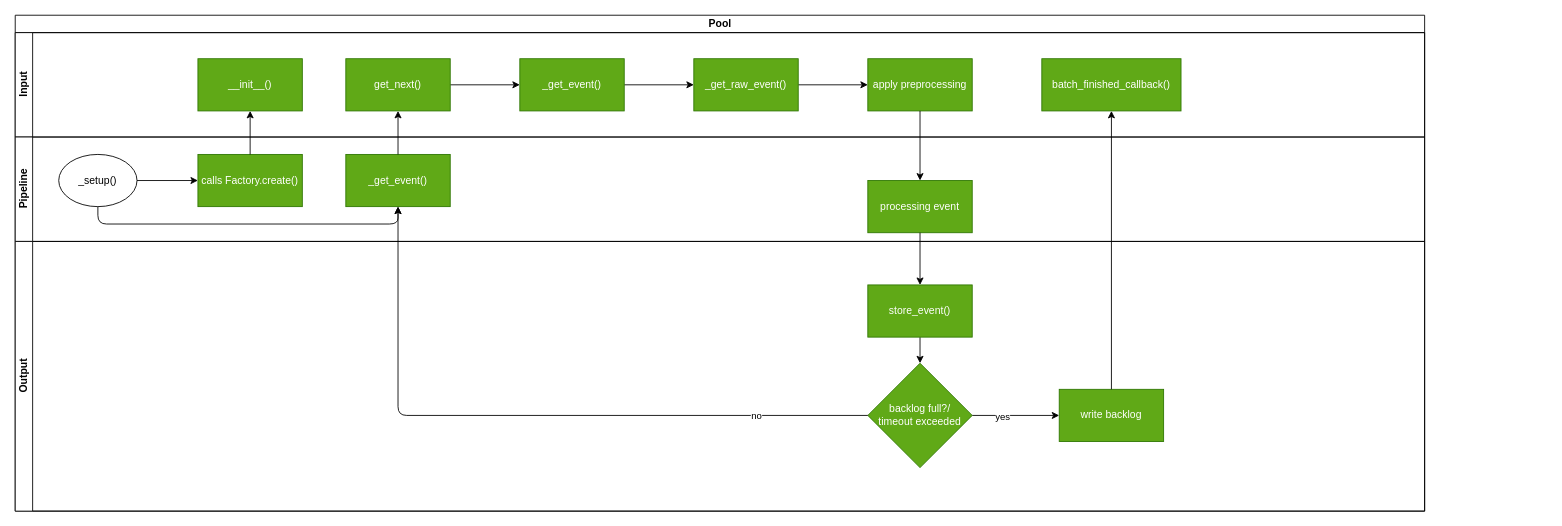
This is doc/source/development/architecture/diagramms/input.drawio from fkie-cad/Logprep, a draw.io file, before an edit. Source tidied: cells renumbered, new cells numbered last; positions are measured from the earlier drawing's top-left corner, leaving out a move shared by most shapes. Both pictures are drawn from the tidied source at 87%, with x=0, y=0 at pixel (15, 15).
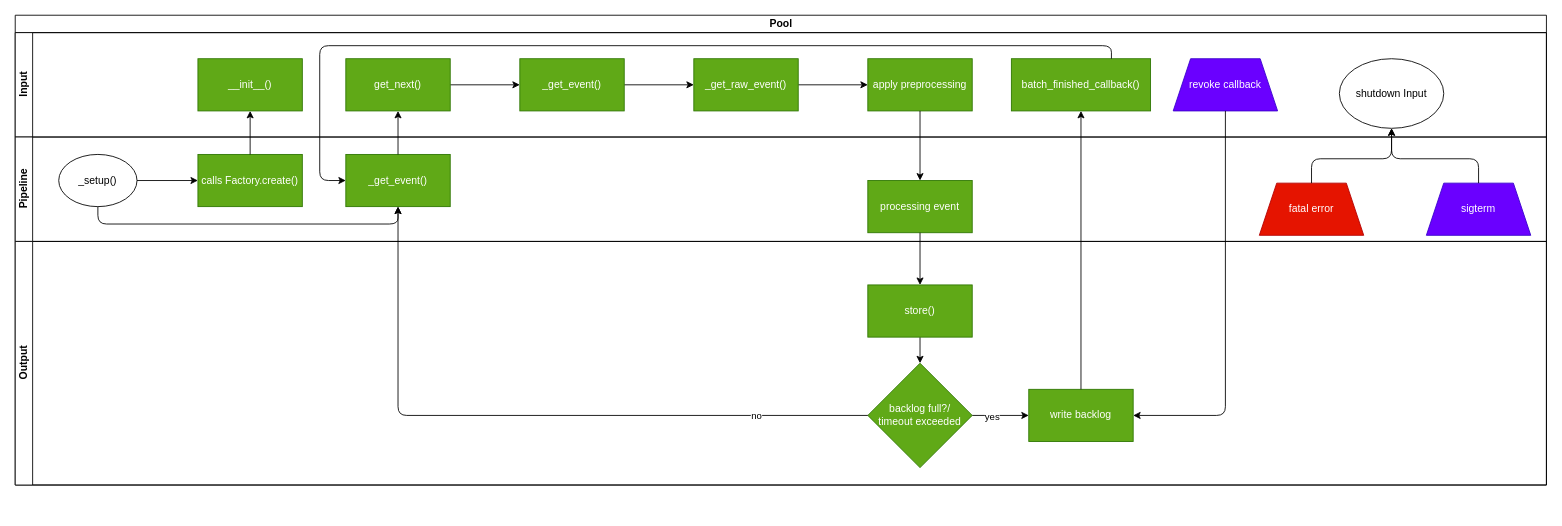
After the change.

Commit message (it also covers changes not shown here):
add html export files and pipelineManager diagramm, update input, output and ruletree diagram

The change refers to these unchanged cells:
```xml
<mxCell id="18" value="_get_event()" style="rounded=0;whiteSpace=wrap;html=1;fillColor=#60a917;fontColor=#ffffff;strokeColor=#2D7600;" parent="13" vertex="1">
  <mxGeometry x="380" y="20" width="120" height="60" as="geometry" />
</mxCell>
```

What changed in the source:
```diff
@@
     <mxCell id="2" value="Pool" style="swimlane;horizontal=1;startSize=20;html=1;" parent="1" vertex="1">
-      <mxGeometry width="1620" height="570" as="geometry" />
+      <mxGeometry width="1760" height="540" as="geometry" />
     </mxCell>
     <mxCell id="3" value="Input" style="swimlane;startSize=20;horizontal=0;html=1;" parent="2" vertex="1">
-      <mxGeometry y="20" width="1620" height="120" as="geometry" />
+      <mxGeometry y="20" width="1760" height="120" as="geometry" />
     </mxCell>
@@
     <mxCell id="12" value="batch_finished_callback()" style="rounded=0;whiteSpace=wrap;html=1;fillColor=#60a917;fontColor=#ffffff;strokeColor=#2D7600;" parent="3" vertex="1">
-      <mxGeometry x="1180" y="30" width="160" height="60" as="geometry" />
+      <mxGeometry x="1145" y="30" width="160" height="60" as="geometry" />
     </mxCell>
+    <mxCell id="34" value="shutdown Input" style="ellipse;whiteSpace=wrap;html=1;" parent="3" vertex="1">
+      <mxGeometry x="1522" y="30" width="120" height="80" as="geometry" />
+    </mxCell>
+    <mxCell id="35" value="revoke callback" style="shape=trapezoid;perimeter=trapezoidPerimeter;whiteSpace=wrap;html=1;fixedSize=1;fillColor=#6a00ff;strokeColor=#3700CC;fontColor=#ffffff;" parent="3" vertex="1">
+      <mxGeometry x="1331" y="30" width="120" height="60" as="geometry" />
+    </mxCell>
     <mxCell id="13" value="Pipeline" style="swimlane;startSize=20;horizontal=0;html=1;" parent="2" vertex="1">
-      <mxGeometry y="140" width="1620" height="120" as="geometry" />
+      <mxGeometry y="140" width="1760" height="120" as="geometry" />
     </mxCell>
@@
     <mxCell id="20" value="Output" style="swimlane;startSize=20;horizontal=0;html=1;" parent="2" vertex="1">
-      <mxGeometry y="260" width="1620" height="310" as="geometry" />
+      <mxGeometry y="260" width="1760" height="280" as="geometry" />
     </mxCell>
@@
-    <mxCell id="22" value="store_event()" style="whiteSpace=wrap;html=1;rounded=0;fillColor=#60a917;fontColor=#ffffff;strokeColor=#2D7600;" parent="20" vertex="1">
+    <mxCell id="22" value="store()" style="whiteSpace=wrap;html=1;rounded=0;fillColor=#60a917;fontColor=#ffffff;strokeColor=#2D7600;" parent="20" vertex="1">
       <mxGeometry x="980" y="50" width="120" height="60" as="geometry" />
     </mxCell>
@@
     <mxCell id="26" value="write backlog" style="whiteSpace=wrap;html=1;rounded=0;fillColor=#60a917;fontColor=#ffffff;strokeColor=#2D7600;" parent="20" vertex="1">
-      <mxGeometry x="1200" y="170" width="120" height="60" as="geometry" />
+      <mxGeometry x="1165" y="170" width="120" height="60" as="geometry" />
     </mxCell>
+    <mxCell id="36" value="fatal error" style="shape=trapezoid;perimeter=trapezoidPerimeter;whiteSpace=wrap;html=1;fixedSize=1;fillColor=#e51400;fontColor=#ffffff;strokeColor=#B20000;" parent="20" vertex="1">
+      <mxGeometry x="1430" y="-67" width="120" height="60" as="geometry" />
+    </mxCell>
+    <mxCell id="37" value="sigterm" style="shape=trapezoid;perimeter=trapezoidPerimeter;whiteSpace=wrap;html=1;fixedSize=1;fillColor=#6a00ff;strokeColor=#3700CC;fontColor=#ffffff;" parent="20" vertex="1">
+      <mxGeometry x="1622" y="-67" width="120" height="60" as="geometry" />
+    </mxCell>
@@
+    <mxCell id="38" style="edgeStyle=orthogonalEdgeStyle;html=1;exitX=0.5;exitY=0;exitDx=0;exitDy=0;" parent="2" edge="1" source="36" target="34">
+      <mxGeometry relative="1" as="geometry">
+        <Array as="points">
+          <mxPoint x="1490" y="165" />
+          <mxPoint x="1582" y="165" />
+        </Array>
+      </mxGeometry>
+    </mxCell>
+    <mxCell id="39" style="edgeStyle=orthogonalEdgeStyle;html=1;entryX=0.5;entryY=1;entryDx=0;entryDy=0;exitX=0.5;exitY=0;exitDx=0;exitDy=0;" parent="2" edge="1" source="37" target="34">
+      <mxGeometry relative="1" as="geometry">
+        <Array as="points">
+          <mxPoint x="1682" y="165" />
+          <mxPoint x="1582" y="165" />
+        </Array>
+      </mxGeometry>
+    </mxCell>
+    <mxCell id="40" style="edgeStyle=orthogonalEdgeStyle;html=1;entryX=0;entryY=0.5;entryDx=0;entryDy=0;" parent="2" edge="1" source="12" target="18">
+      <mxGeometry relative="1" as="geometry">
+        <Array as="points">
+          <mxPoint x="1260" y="35" />
+          <mxPoint x="350" y="35" />
+          <mxPoint x="350" y="190" />
+        </Array>
+      </mxGeometry>
+    </mxCell>
+    <mxCell id="41" style="edgeStyle=orthogonalEdgeStyle;html=1;entryX=1;entryY=0.5;entryDx=0;entryDy=0;exitX=0.5;exitY=1;exitDx=0;exitDy=0;" parent="2" edge="1" source="35" target="26">
+      <mxGeometry relative="1" as="geometry" />
+    </mxCell>
```
